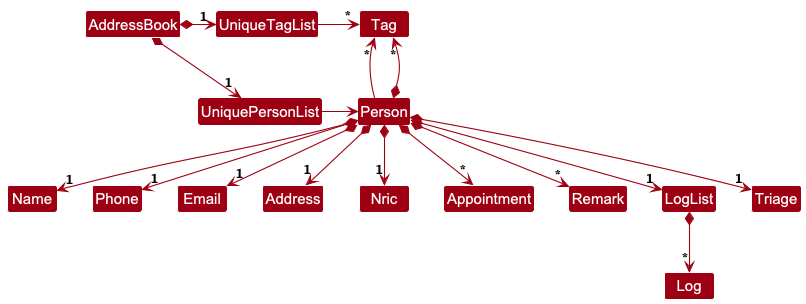
This is docs/images/BetterModelClassDiagram.png from nus-cs2103-AY2425S1/tp, a PlantUML export, as it was before one commit.
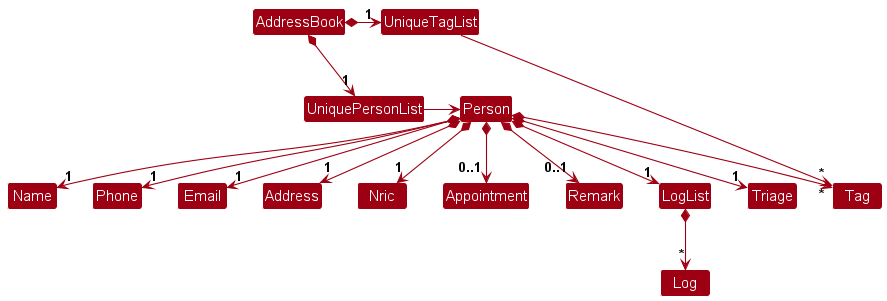
Above is the later version.

What changed in the source:
```diff
@@ -12,15 +12,13 @@
 UniqueTagList -right-> "*" Tag
 UniquePersonList -right-> Person
 
-Person -up-> "*" Tag
-
 Person *--> "1"Name
 Person *--> "1"Phone
 Person *--> "1"Email
 Person *--> "1"Address
 Person *--> "1"Nric
-Person *--> "*" Appointment
-Person *--> "*" Remark
+Person *--> "0..1" Appointment
+Person *--> "0..1" Remark
 Person *--> "1" LogList
 Person *--> "1" Triage
 Person *--> "*" Tag
```
